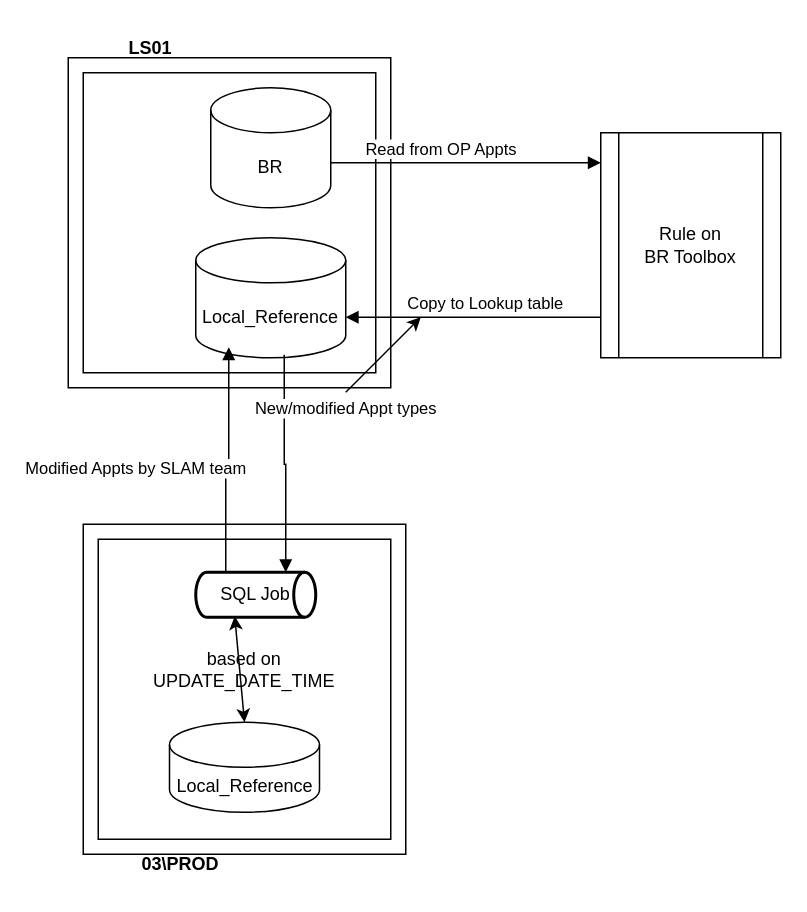
Before: Untitled Diagram.drawio in sa4git/DrawDiagrams, a draw.io diagram. Source tidied: cells renumbered, new cells numbered last; positions are measured from the earlier drawing's top-left corner, leaving out a move shared by most shapes. Both pictures are drawn from the tidied source at 150%, with x=0, y=0 at pixel (68, 26).
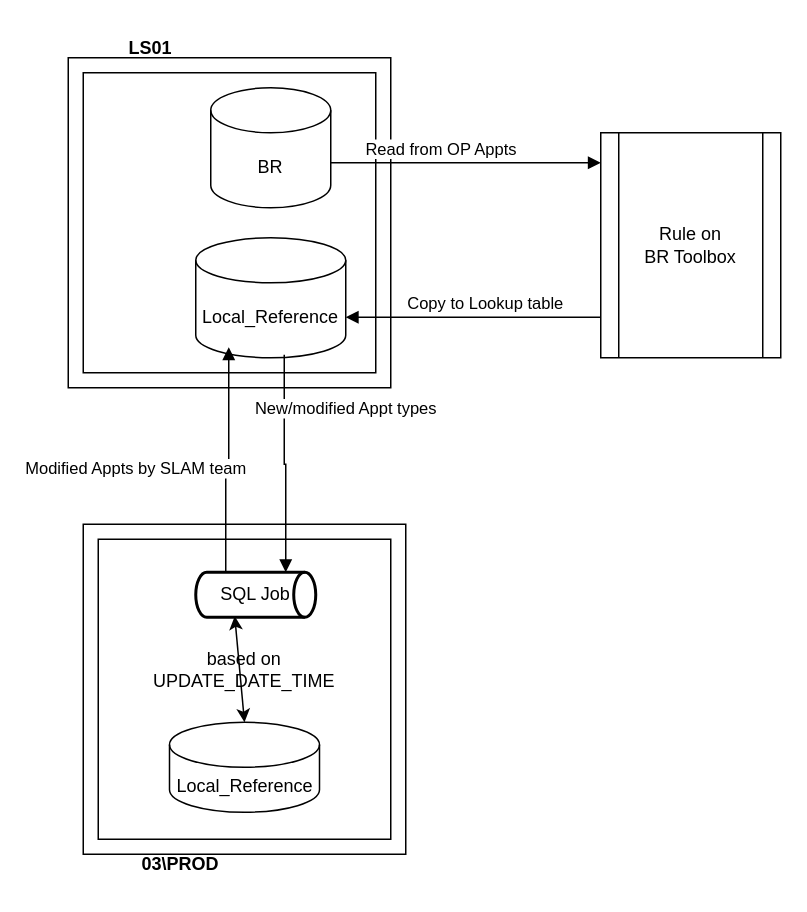
The same page after the edit.

What changed in the source:
```diff
@@
-    <mxCell id="15" style="endArrow=classic;html=1;rounded=0;" parent="1" edge="1">
-      <mxGeometry relative="1" as="geometry">
-        <mxPoint x="185" y="244" as="sourcePoint" />
-        <mxPoint x="235" y="194" as="targetPoint" />
-      </mxGeometry>
-    </mxCell>
```
